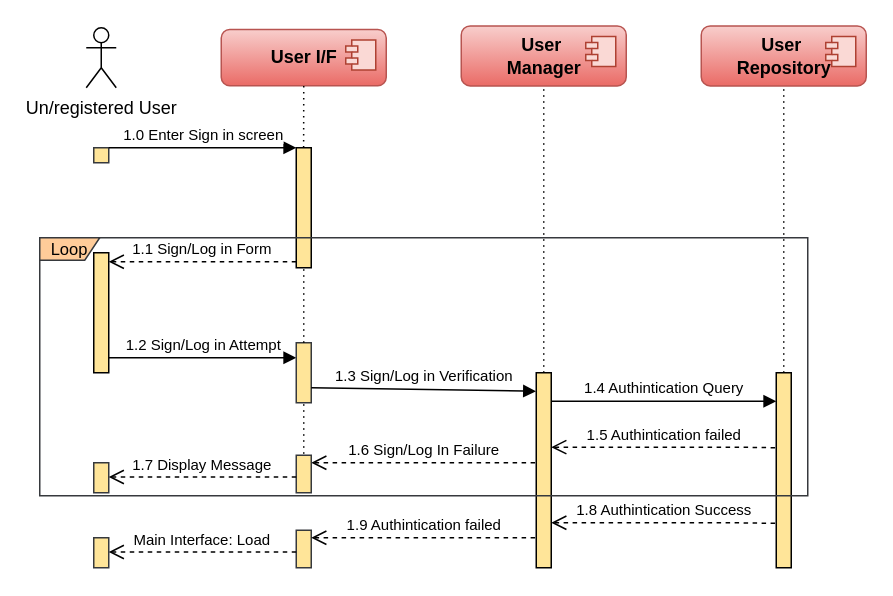
This is page "SAD SUC-1" (2 of 3) of SAD Sequence Diagrams.drawio from Itaybarbar/myProject, a draw.io file, before an edit. Source tidied: cells renumbered, new cells numbered last; positions are measured from the earlier drawing's top-left corner, leaving out a move shared by most shapes. Both pictures are drawn from the tidied source at 150%, with x=0, y=0 at pixel (39, 26).
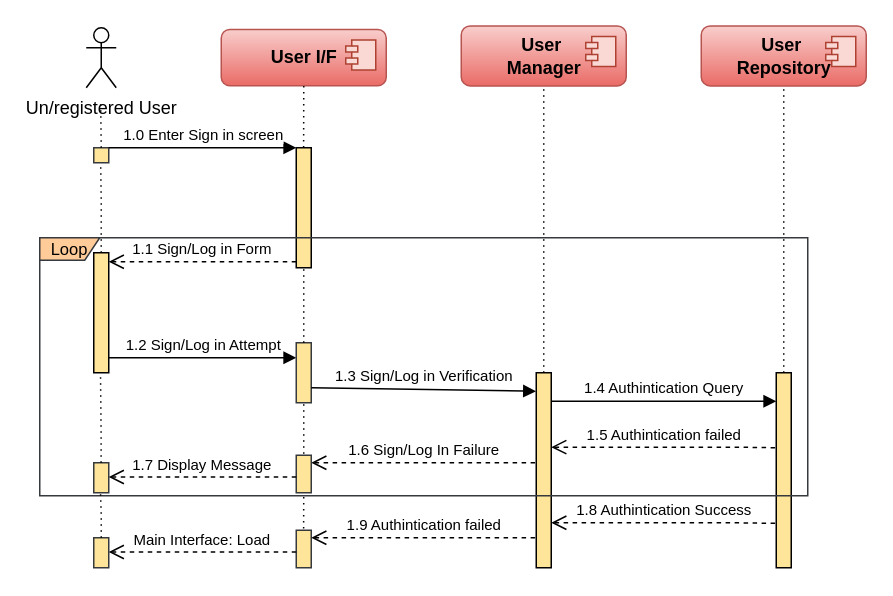
After the change.

Unchanged cells that the change refers to:
```xml
<mxCell id="27" value="&lt;font style=&quot;font-size: 11px;&quot;&gt;Loop&lt;/font&gt;" style="shape=umlFrame;whiteSpace=wrap;html=1;width=40;height=15;fillColor=#ffcc99;strokeColor=#36393d;" parent="1" vertex="1">
  <mxGeometry y="141" width="512" height="172" as="geometry" />
</mxCell>
<mxCell id="32" style="html=1;points=[];perimeter=orthogonalPerimeter;fillColor=#FFE599;strokeColor=#36393d;" parent="1" vertex="1">
  <mxGeometry x="171" y="336" width="10" height="25" as="geometry" />
</mxCell>
```

The edit, as a diff of the source:
```diff
@@
+    <mxCell id="36" style="endArrow=none;dashed=1;html=1;dashPattern=1 3;strokeWidth=1;rounded=0;startSize=8;endSize=6;entryX=0.5;entryY=1;entryDx=0;entryDy=0;edgeStyle=orthogonalEdgeStyle;" parent="1" edge="1">
+      <mxGeometry relative="1" as="geometry">
+        <mxPoint x="41" y="81" as="sourcePoint" />
+        <mxPoint x="40.6" y="51" as="targetPoint" />
+        <Array as="points">
+          <mxPoint x="40.5" y="81" />
+          <mxPoint x="40.5" y="81" />
+        </Array>
+      </mxGeometry>
+    </mxCell>
+    <mxCell id="37" style="endArrow=none;dashed=1;html=1;dashPattern=1 3;strokeWidth=1;rounded=0;startSize=8;endSize=6;entryX=0.5;entryY=1;entryDx=0;entryDy=0;exitX=0.08;exitY=0.058;exitDx=0;exitDy=0;exitPerimeter=0;edgeStyle=orthogonalEdgeStyle;" parent="1" edge="1" source="27">
+      <mxGeometry relative="1" as="geometry">
+        <mxPoint x="40.6" y="91" as="targetPoint" />
+      </mxGeometry>
+    </mxCell>
+    <mxCell id="38" style="endArrow=none;dashed=1;html=1;dashPattern=1 3;strokeWidth=1;rounded=0;startSize=8;endSize=6;entryX=0.5;entryY=1;entryDx=0;entryDy=0;exitX=0.08;exitY=0.058;exitDx=0;exitDy=0;exitPerimeter=0;edgeStyle=orthogonalEdgeStyle;" parent="1" edge="1">
+      <mxGeometry relative="1" as="geometry">
+        <mxPoint x="40.9" y="291" as="sourcePoint" />
+        <mxPoint x="40.5" y="231" as="targetPoint" />
+        <Array as="points">
+          <mxPoint x="40.9" y="271" />
+          <mxPoint x="40.9" y="271" />
+        </Array>
+      </mxGeometry>
+    </mxCell>
+    <mxCell id="39" style="endArrow=none;dashed=1;html=1;dashPattern=1 3;strokeWidth=1;rounded=0;startSize=8;endSize=6;entryX=0.5;entryY=1;entryDx=0;entryDy=0;edgeStyle=orthogonalEdgeStyle;" parent="1" edge="1">
+      <mxGeometry relative="1" as="geometry">
+        <mxPoint x="41" y="341" as="sourcePoint" />
+        <mxPoint x="40.5" y="311" as="targetPoint" />
+        <Array as="points">
+          <mxPoint x="41" y="326" />
+        </Array>
+      </mxGeometry>
+    </mxCell>
+    <mxCell id="40" style="endArrow=none;dashed=1;html=1;dashPattern=1 3;strokeWidth=1;rounded=0;startSize=8;endSize=6;exitX=0.492;exitY=-0.045;exitDx=0;exitDy=0;exitPerimeter=0;" parent="1" edge="1" source="32">
+      <mxGeometry relative="1" as="geometry">
+        <mxPoint x="176" y="311" as="targetPoint" />
+      </mxGeometry>
+    </mxCell>
```
